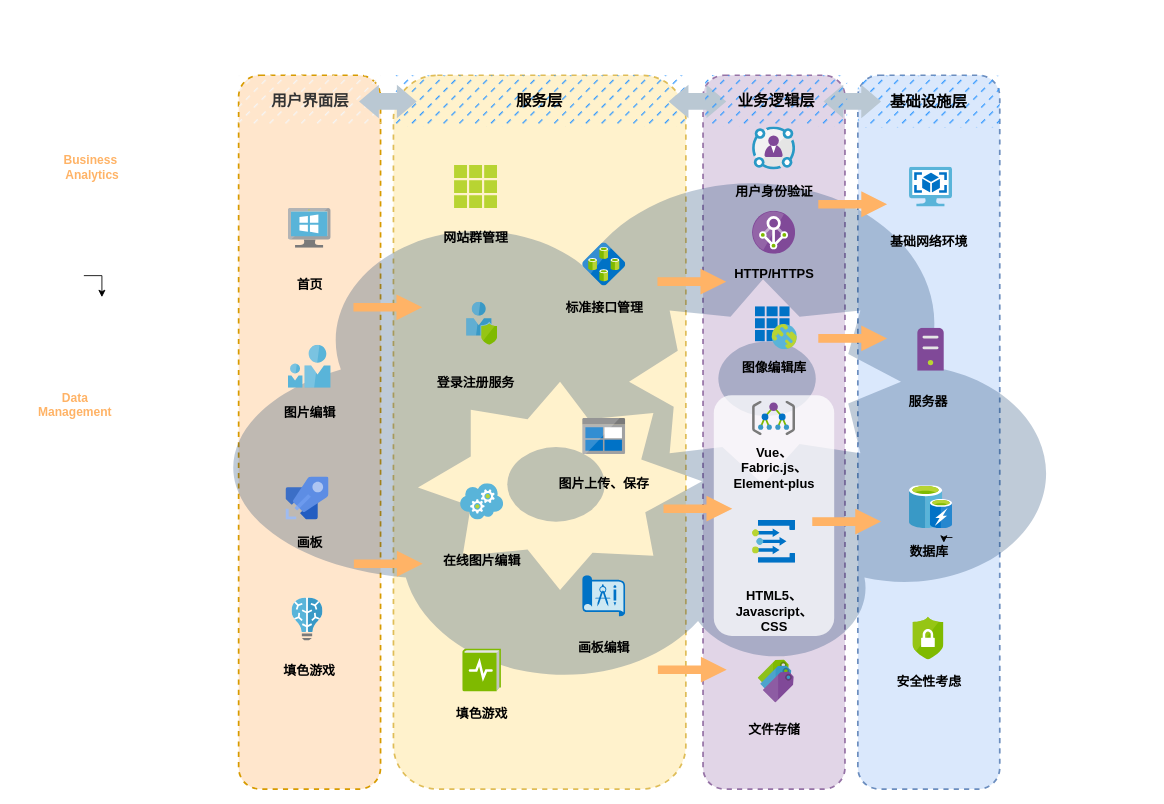
The draw.io diagram 未命名绘图.drawio in lztdgh/lztrepo, before the edit. Source tidied: cells renumbered, new cells numbered last; positions are measured from the earlier drawing's top-left corner, leaving out a move shared by most shapes. Both pictures are drawn from the tidied source at 86%, with x=0, y=0 at pixel (15, 15).
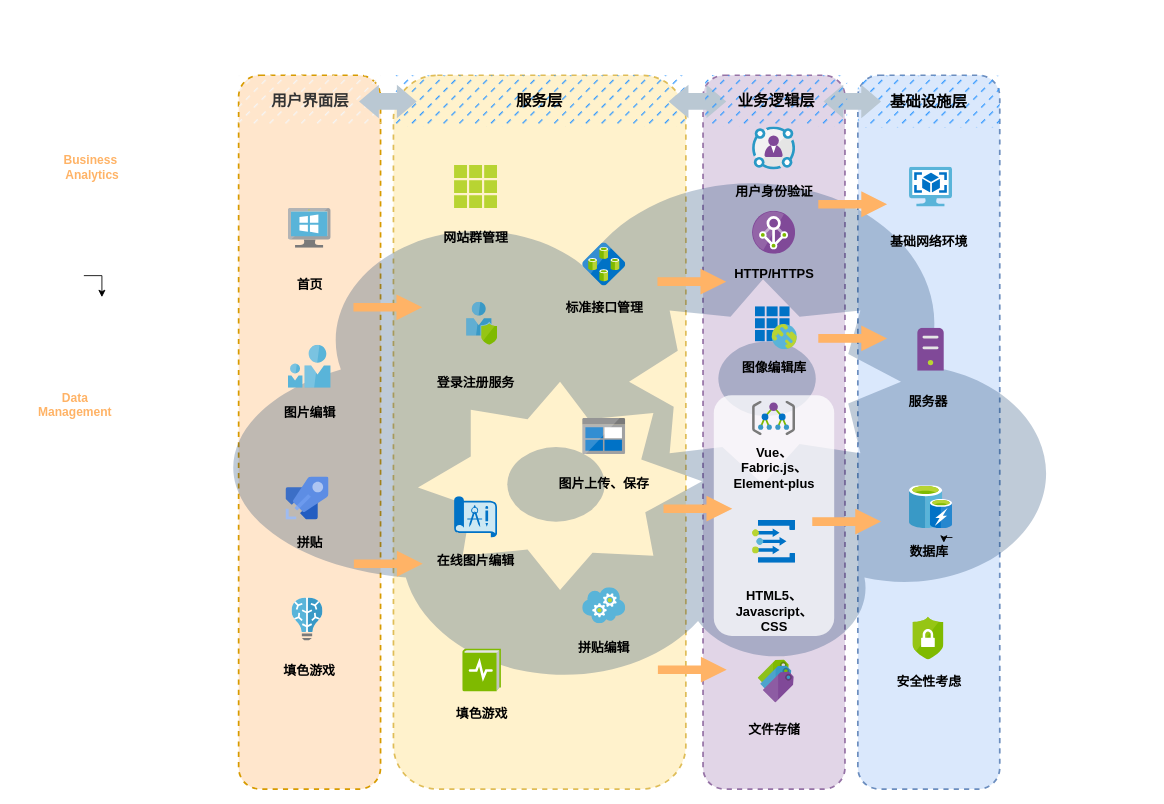
Above is the later version.

Commit message:
更新未命名绘图.drawio

The edit, as a diff of the source:
```diff
@@
-    <mxCell id="31" value="&lt;h3 style=&quot;font-size: 15px;&quot;&gt;画板&lt;/h3&gt;" style="text;strokeColor=none;align=center;fillColor=none;html=1;verticalAlign=middle;whiteSpace=wrap;rounded=0;" parent="1" vertex="1">
+    <mxCell id="31" value="&lt;h3 style=&quot;font-size: 15px;&quot;&gt;拼贴&lt;/h3&gt;" style="text;strokeColor=none;align=center;fillColor=none;html=1;verticalAlign=middle;whiteSpace=wrap;rounded=0;" parent="1" vertex="1">
       <mxGeometry x="312.5" y="597.5" width="60" height="30" as="geometry" />
     </mxCell>
@@
     <mxCell id="37" value="&lt;h3 style=&quot;font-size: 15px;&quot;&gt;在线图片编辑&lt;/h3&gt;" style="text;strokeColor=none;align=center;fillColor=none;html=1;verticalAlign=middle;whiteSpace=wrap;rounded=0;" parent="1" vertex="1">
-      <mxGeometry x="488" y="619" width="110" height="30" as="geometry" />
+      <mxGeometry x="481" y="619" width="110" height="30" as="geometry" />
     </mxCell>
-    <mxCell id="38" value="&lt;h3 style=&quot;font-size: 15px;&quot;&gt;画板编辑&lt;/h3&gt;" style="text;strokeColor=none;align=center;fillColor=none;html=1;verticalAlign=middle;whiteSpace=wrap;rounded=0;" parent="1" vertex="1">
+    <mxCell id="38" value="&lt;h3 style=&quot;font-size: 15px;&quot;&gt;拼贴编辑&lt;/h3&gt;" style="text;strokeColor=none;align=center;fillColor=none;html=1;verticalAlign=middle;whiteSpace=wrap;rounded=0;" parent="1" vertex="1">
       <mxGeometry x="630" y="720" width="110" height="30" as="geometry" />
     </mxCell>
@@
     <mxCell id="56" style="image;sketch=0;html=1;align=center;fontSize=12;image=img/lib/mscae/Cloud_Services_Classic.svg;" parent="1" vertex="1">
-      <mxGeometry x="518" y="545" width="50" height="42" as="geometry" />
+      <mxGeometry x="660" y="665.8" width="50" height="42" as="geometry" />
     </mxCell>
     <mxCell id="57" style="image;sketch=0;html=1;align=center;fontSize=12;image=img/lib/mscae/Blueprints.svg;" parent="1" vertex="1">
-      <mxGeometry x="660" y="652" width="50" height="48" as="geometry" />
+      <mxGeometry x="511" y="560" width="50" height="48" as="geometry" />
     </mxCell>
```
